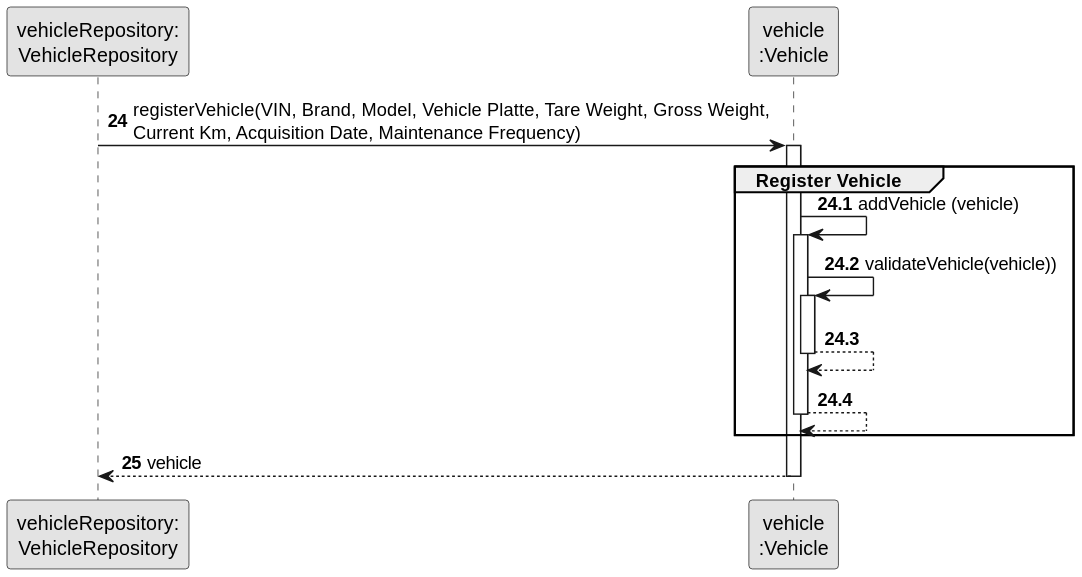
ricardomm7/leaflink keeps this PlantUML diagram as docs/sprintB/us006/03.design/svg/us006-sequence-diagram-partial-register-vehicle.svg. Above is the earlier version.
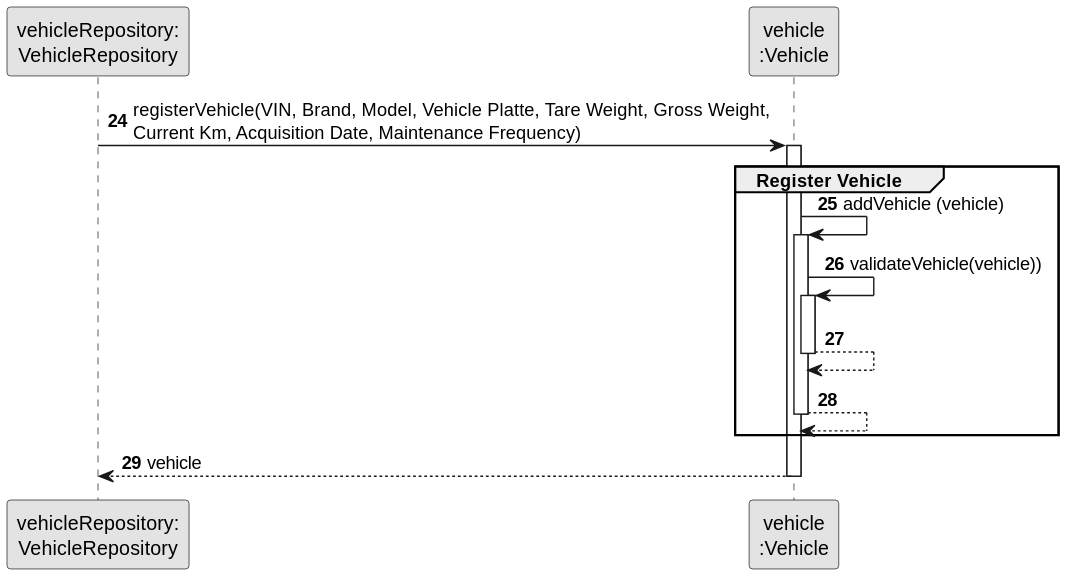
Later version of the same file.

The edit, as a diff of the source:
```diff
@@ -9,7 +9,6 @@
 autonumber 24
 VehicleRepository -> VEI: registerVehicle(VIN, Brand, Model, Vehicle Platte, Tare Weight, Gross Weight,\nCurrent Km, Acquisition Date, Maintenance Frequency)
 
-autonumber 24.1
 activate VEI
     group Register Vehicle
                               VEI -> VEI: addVehicle (vehicle)
@@ -27,7 +26,6 @@
 
     end
 
-    autonumber 25
     VEI --> VehicleRepository: vehicle
 deactivate VEI
 @enduml
```
